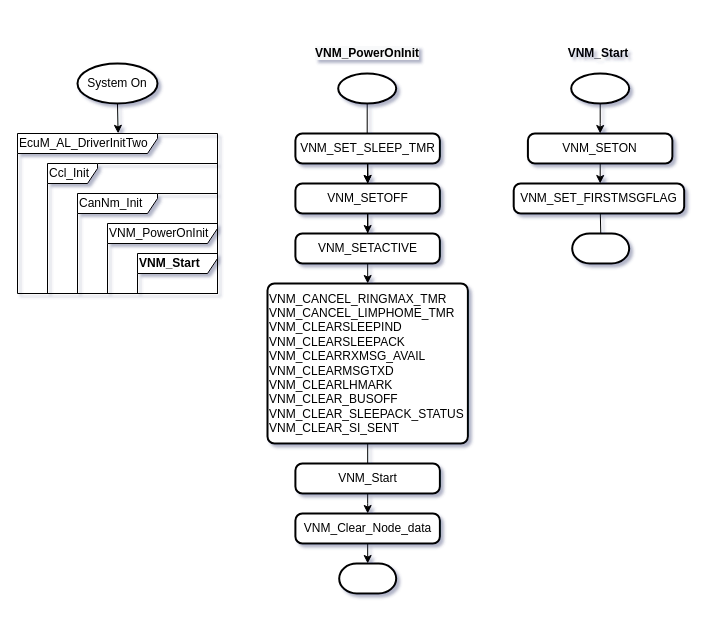
This is page "Initialization" (2 of 4) of cx756_7inch_NM_Flowchart.drawio from JingJiaCheng/diagrams, a draw.io file, before an edit. Source tidied: cells renumbered, new cells numbered last; positions are measured from the earlier drawing's top-left corner, leaving out a move shared by most shapes. Both pictures are drawn from the tidied source at 100%, with x=0, y=0 at pixel (17, 43).
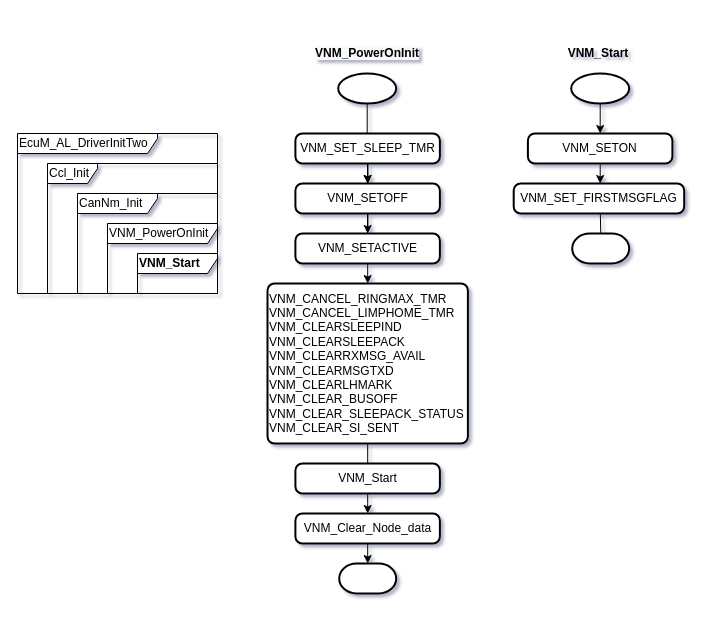
Above is the later version.

Unchanged cells that the change refers to:
```xml
<mxCell id="2" value="&lt;span style=&quot;text-align: center&quot;&gt;EcuM_AL_DriverInitTwo&lt;/span&gt;" style="shape=umlFrame;whiteSpace=wrap;html=1;align=left;width=140;height=20;" parent="1" vertex="1">
  <mxGeometry y="90" width="200" height="160" as="geometry" />
</mxCell>
```

Diff of the diagram source:
```diff
@@
-    <mxCell id="3" style="edgeStyle=none;rounded=0;jettySize=auto;html=1;exitX=0.5;exitY=1;exitDx=0;exitDy=0;exitPerimeter=0;entryX=0.503;entryY=-0.001;entryDx=0;entryDy=0;entryPerimeter=0;" parent="1" edge="1" source="4" target="2">
-      <mxGeometry relative="1" as="geometry" />
-    </mxCell>
-    <mxCell id="4" value="System On" style="strokeWidth=2;html=1;shape=mxgraph.flowchart.start_1;whiteSpace=wrap;" parent="1" vertex="1">
-      <mxGeometry x="60" y="20" width="80" height="40" as="geometry" />
-    </mxCell>
```
